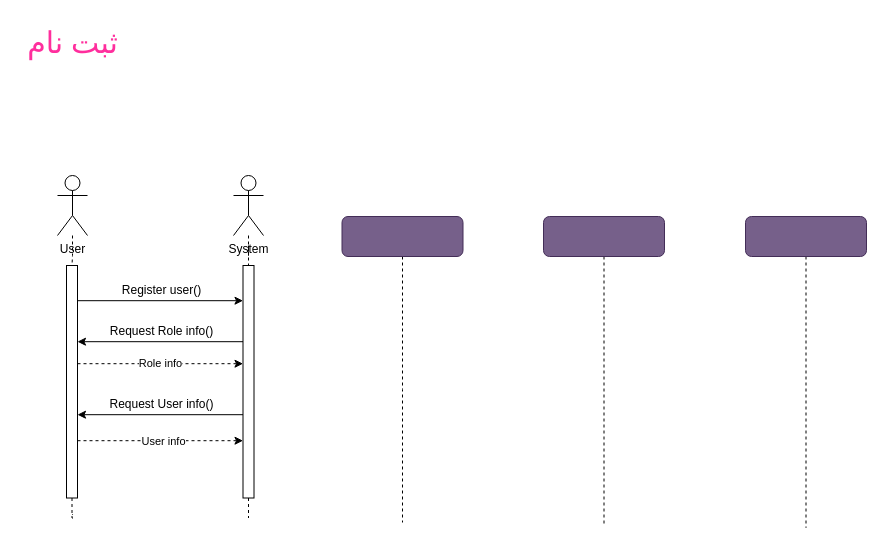
Earlier version of the draw.io diagram page "ثبت‌نام" (6 of 20) of Sequence Diagram/SequenceDiagram.drawio (Matinrezaei/Software-Lab). Source tidied: cells renumbered, new cells numbered last; positions are measured from the earlier drawing's top-left corner, leaving out a move shared by most shapes. Both pictures are drawn from the tidied source at 100%, with x=0, y=0 at pixel (17, 17).
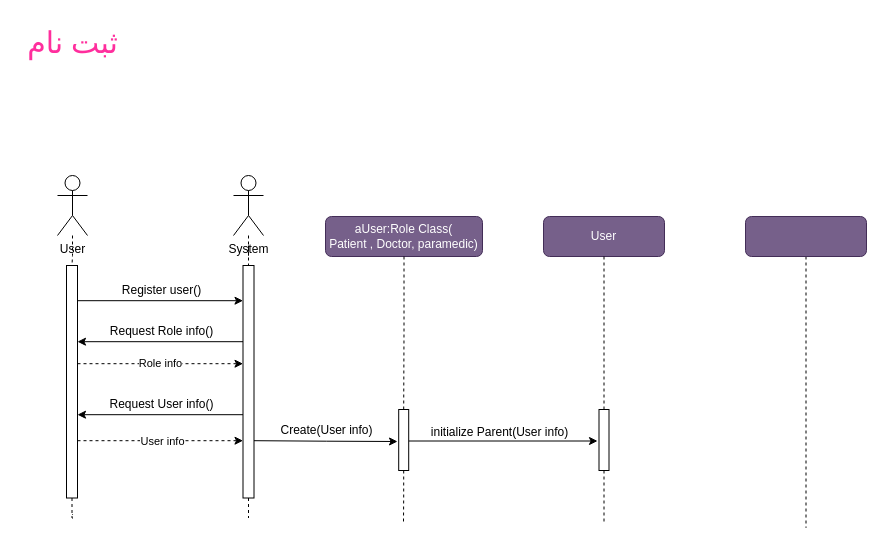
After the change.

The change refers to these unchanged cells:
```xml
<mxCell id="10" style="edgeStyle=orthogonalEdgeStyle;rounded=0;orthogonalLoop=1;jettySize=auto;html=1;entryX=0.5;entryY=1;entryDx=0;entryDy=0;dashed=1;" parent="1" edge="1">
  <mxGeometry relative="1" as="geometry">
    <mxPoint x="60" y="423.2" as="sourcePoint" />
    <mxPoint x="225.5" y="423.2" as="targetPoint" />
  </mxGeometry>
</mxCell>
```

Change to the diagram source:
```diff
@@
     <mxCell id="11" value="User info" style="edgeLabel;html=1;align=center;verticalAlign=middle;" parent="10" vertex="1">
-      <mxGeometry x="0.03" relative="1" as="geometry" />
+      <mxGeometry x="0.03" relative="1" as="geometry">
+        <mxPoint x="-1" as="offset" />
+      </mxGeometry>
     </mxCell>
@@
+    <mxCell id="26" style="edgeStyle=orthogonalEdgeStyle;rounded=0;orthogonalLoop=1;jettySize=auto;html=1;" parent="1" edge="1">
+      <mxGeometry relative="1" as="geometry">
+        <mxPoint x="236.5" y="423.2" as="sourcePoint" />
+        <mxPoint x="380" y="424" as="targetPoint" />
+      </mxGeometry>
+    </mxCell>
@@
-    <mxCell id="16" style="edgeStyle=orthogonalEdgeStyle;rounded=0;jettySize=auto;html=1;endArrow=none;endFill=0;dashed=1;" parent="1" edge="1" source="17">
+    <mxCell id="16" style="edgeStyle=orthogonalEdgeStyle;rounded=0;jettySize=auto;html=1;endArrow=none;endFill=0;dashed=1;" parent="1" edge="1" source="32">
       <mxGeometry relative="1" as="geometry">
         <mxPoint x="586.5" y="506" as="targetPoint" />
       </mxGeometry>
     </mxCell>
-    <mxCell id="17" style="rounded=1;whiteSpace=wrap;html=1;fillColor=#76608a;fontColor=#ffffff;strokeColor=#432D57;" parent="1" vertex="1">
+    <mxCell id="17" value="User" style="rounded=1;whiteSpace=wrap;html=1;fillColor=#76608a;fontColor=#ffffff;strokeColor=#432D57;" parent="1" vertex="1">
       <mxGeometry x="526" y="199" width="121" height="40" as="geometry" />
     </mxCell>
-    <mxCell id="18" style="edgeStyle=orthogonalEdgeStyle;rounded=0;jettySize=auto;html=1;dashed=1;endArrow=none;endFill=0;" parent="1" edge="1" source="19">
+    <mxCell id="18" style="edgeStyle=orthogonalEdgeStyle;rounded=0;jettySize=auto;html=1;dashed=1;endArrow=none;endFill=0;" parent="1" edge="1" source="30">
       <mxGeometry relative="1" as="geometry">
-        <mxPoint x="385" y="505" as="targetPoint" />
+        <mxPoint x="386" y="504" as="targetPoint" />
       </mxGeometry>
     </mxCell>
-    <mxCell id="19" style="rounded=1;whiteSpace=wrap;html=1;fillColor=#76608a;fontColor=#ffffff;strokeColor=#432D57;" parent="1" vertex="1">
-      <mxGeometry x="324.5" y="199" width="121" height="40" as="geometry" />
+    <mxCell id="19" value="&lt;div&gt;aUser:Role Class(&lt;/div&gt;&lt;div&gt;Patient , Doctor, paramedic)&lt;br&gt;&lt;/div&gt;" style="rounded=1;whiteSpace=wrap;html=1;fillColor=#76608a;fontColor=#ffffff;strokeColor=#432D57;" parent="1" vertex="1">
+      <mxGeometry x="308" y="199" width="157" height="40" as="geometry" />
     </mxCell>
@@
+    <mxCell id="27" value="Create(User info)" style="text;html=1;align=center;verticalAlign=middle;strokeColor=none;fillColor=none;" parent="1" vertex="1">
+      <mxGeometry x="252" y="400" width="113" height="26" as="geometry" />
+    </mxCell>
+    <mxCell id="28" style="edgeStyle=orthogonalEdgeStyle;rounded=0;jettySize=auto;html=1;dashed=1;endArrow=none;endFill=0;" parent="1" edge="1" source="19" target="30">
+      <mxGeometry relative="1" as="geometry" />
+    </mxCell>
+    <mxCell id="29" style="edgeStyle=orthogonalEdgeStyle;rounded=0;orthogonalLoop=1;jettySize=auto;html=1;" parent="1" edge="1">
+      <mxGeometry relative="1" as="geometry">
+        <mxPoint x="391.2" y="423.5" as="sourcePoint" />
+        <mxPoint x="580" y="423.5" as="targetPoint" />
+      </mxGeometry>
+    </mxCell>
+    <mxCell id="30" style="rounded=0;whiteSpace=wrap;html=1;direction=south;" parent="1" vertex="1">
+      <mxGeometry x="381.2" y="392" width="10" height="61" as="geometry" />
+    </mxCell>
+    <mxCell id="31" style="edgeStyle=orthogonalEdgeStyle;rounded=0;jettySize=auto;html=1;endArrow=none;endFill=0;dashed=1;" parent="1" edge="1" source="17" target="32">
+      <mxGeometry relative="1" as="geometry" />
+    </mxCell>
+    <mxCell id="32" style="rounded=0;whiteSpace=wrap;html=1;direction=south;" parent="1" vertex="1">
+      <mxGeometry x="581.5" y="392" width="10" height="61" as="geometry" />
+    </mxCell>
+    <mxCell id="33" value="initialize Parent(User info)" style="text;html=1;align=center;verticalAlign=middle;strokeColor=none;fillColor=none;" parent="1" vertex="1">
+      <mxGeometry x="402.5" y="402" width="159" height="26" as="geometry" />
+    </mxCell>
```
